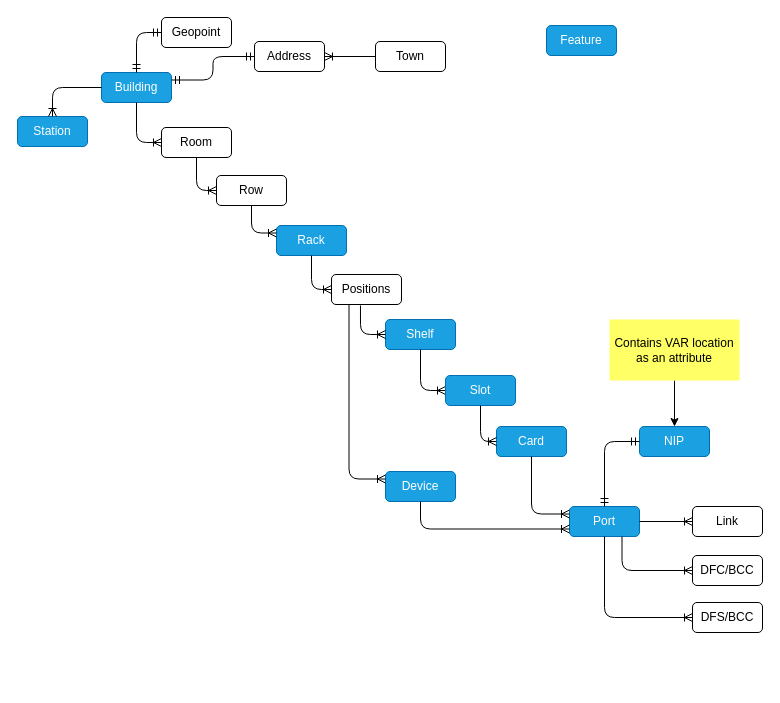
Before: page "GIS" (3 of 6) of Untitled Diagram.drawio in dearishtaq/hello-world-old, a draw.io diagram. Source tidied: cells renumbered, new cells numbered last; positions are measured from the earlier drawing's top-left corner, leaving out a move shared by most shapes. Both pictures are drawn from the tidied source at 100%, with x=0, y=0 at pixel (17, 17).
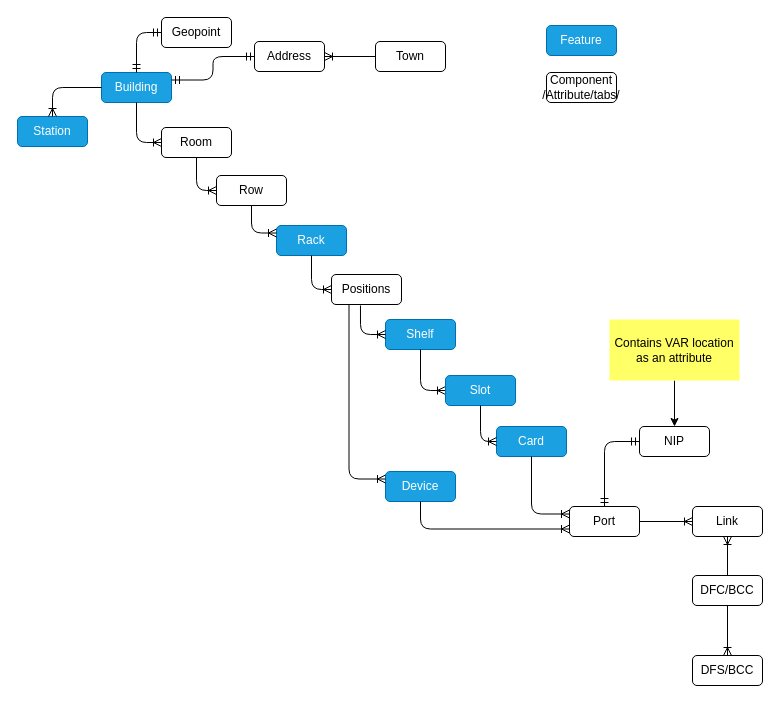
After the change.

Unchanged cells that the change refers to:
```xml
<mxCell id="3" value="Link" style="rounded=1;whiteSpace=wrap;html=1;" parent="1" vertex="1">
  <mxGeometry x="675" y="489" width="70" height="30" as="geometry" />
</mxCell>
```

The edit, as a diff of the source:
```diff
@@
-    <mxCell id="12" value="Port" style="rounded=1;whiteSpace=wrap;html=1;fillColor=#1ba1e2;strokeColor=#006EAF;fontColor=#ffffff;" parent="1" vertex="1">
+    <mxCell id="12" value="Port" style="rounded=1;whiteSpace=wrap;html=1;" parent="1" vertex="1">
       <mxGeometry x="552" y="489" width="70" height="30" as="geometry" />
     </mxCell>
@@
-    <mxCell id="27" value="NIP" style="rounded=1;whiteSpace=wrap;html=1;fillColor=#1ba1e2;strokeColor=#006EAF;fontColor=#ffffff;" parent="1" vertex="1">
+    <mxCell id="27" value="NIP" style="rounded=1;whiteSpace=wrap;html=1;" parent="1" vertex="1">
       <mxGeometry x="622" y="409" width="70" height="30" as="geometry" />
     </mxCell>
@@
     <mxCell id="36" value="DFC/BCC" style="rounded=1;whiteSpace=wrap;html=1;" parent="1" vertex="1">
-      <mxGeometry x="675" y="538" width="70" height="30" as="geometry" />
+      <mxGeometry x="675" y="558" width="70" height="30" as="geometry" />
     </mxCell>
     <mxCell id="37" value="DFS/BCC" style="rounded=1;whiteSpace=wrap;html=1;" parent="1" vertex="1">
-      <mxGeometry x="675" y="585" width="70" height="30" as="geometry" />
+      <mxGeometry x="675" y="638" width="70" height="30" as="geometry" />
     </mxCell>
-    <mxCell id="38" style="edgeStyle=orthogonalEdgeStyle;fontSize=12;html=1;endArrow=ERoneToMany;entryX=0;entryY=0.5;entryDx=0;entryDy=0;exitX=0.75;exitY=1;exitDx=0;exitDy=0;" parent="1" edge="1" source="12" target="36">
+    <mxCell id="38" style="edgeStyle=orthogonalEdgeStyle;fontSize=12;html=1;endArrow=ERoneToMany;entryX=0.5;entryY=1;entryDx=0;entryDy=0;exitX=0.5;exitY=0;exitDx=0;exitDy=0;" parent="1" edge="1" source="36" target="3">
       <mxGeometry relative="1" as="geometry" />
     </mxCell>
-    <mxCell id="39" style="edgeStyle=orthogonalEdgeStyle;fontSize=12;html=1;endArrow=ERoneToMany;entryX=0;entryY=0.5;entryDx=0;entryDy=0;exitX=0.5;exitY=1;exitDx=0;exitDy=0;" parent="1" edge="1" source="12" target="37">
+    <mxCell id="39" style="edgeStyle=orthogonalEdgeStyle;fontSize=12;html=1;endArrow=ERoneToMany;entryX=0.5;entryY=0;entryDx=0;entryDy=0;exitX=0.5;exitY=1;exitDx=0;exitDy=0;" parent="1" edge="1" source="36" target="37">
       <mxGeometry relative="1" as="geometry" />
     </mxCell>
@@
+    <mxCell id="42" value="Component&lt;br&gt;/Attribute/tabs/" style="rounded=1;whiteSpace=wrap;html=1;" parent="1" vertex="1">
+      <mxGeometry x="529" y="55" width="70" height="30" as="geometry" />
+    </mxCell>
```
